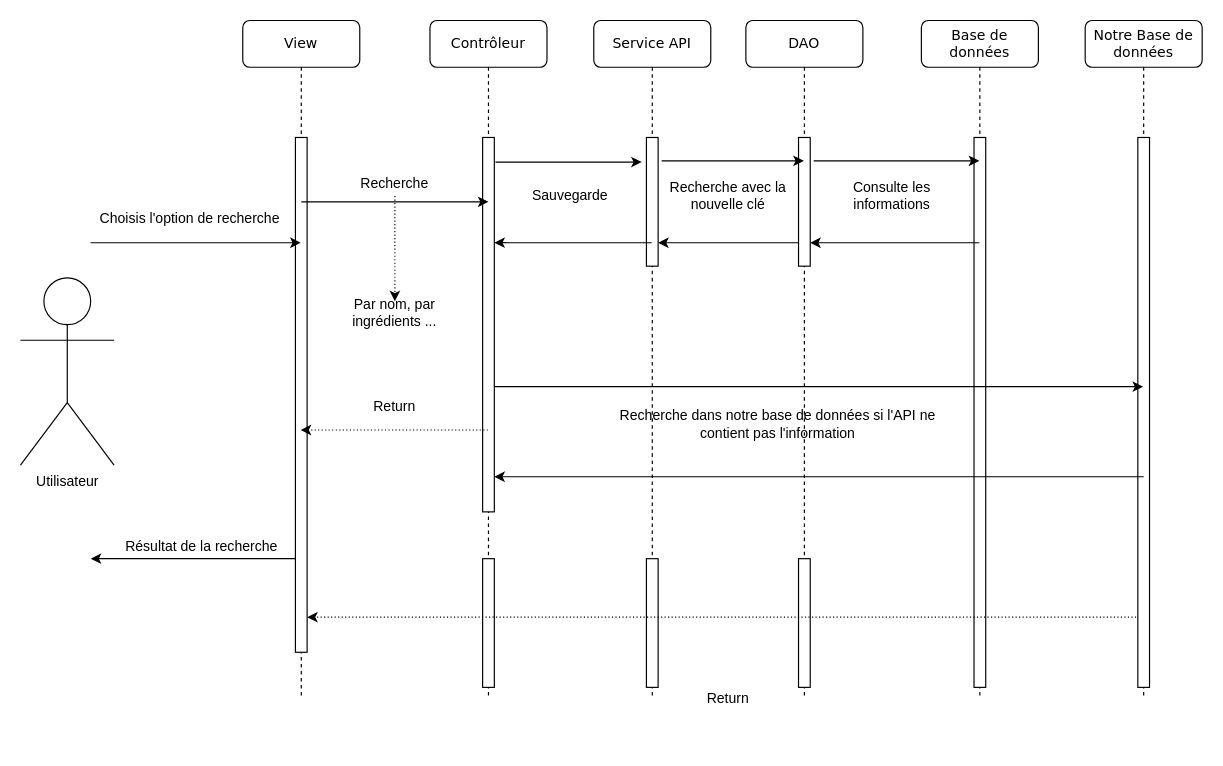
Earlier version of the draw.io diagram Untitled Diagram.drawio (wahib299/ProjetInfo2A). Source tidied: cells renumbered, new cells numbered last; positions are measured from the earlier drawing's top-left corner, leaving out a move shared by most shapes. Both pictures are drawn from the tidied source at 117%, with x=0, y=0 at pixel (20, 20).
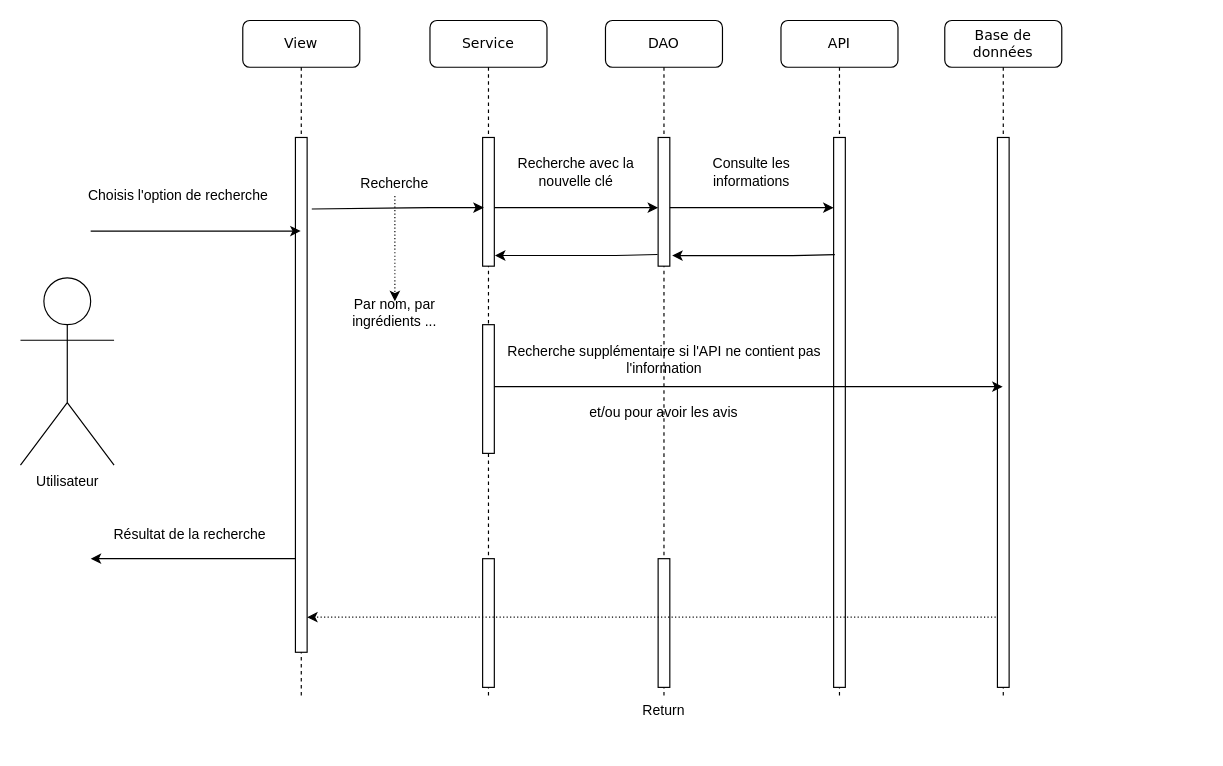
After the change.

The change refers to these unchanged cells:
```xml
<mxCell id="2" value="View" style="shape=umlLifeline;perimeter=lifelinePerimeter;whiteSpace=wrap;html=1;outlineConnect=0;rounded=1;shadow=0;comic=0;labelBackgroundColor=none;strokeWidth=1;fontFamily=Verdana;fontSize=12;align=center;" parent="1" vertex="1">
  <mxGeometry x="190" width="100" height="580" as="geometry" />
</mxCell>
<mxCell id="3" style="html=1;points=[];perimeter=orthogonalPerimeter;rounded=0;shadow=0;comic=0;labelBackgroundColor=none;strokeWidth=1;fontFamily=Verdana;fontSize=12;align=center;" parent="2" vertex="1">
  <mxGeometry x="45" y="100" width="10" height="440" as="geometry" />
</mxCell>
<mxCell id="8" style="html=1;points=[];perimeter=orthogonalPerimeter;rounded=0;shadow=0;comic=0;labelBackgroundColor=none;strokeWidth=1;fontFamily=Verdana;fontSize=12;align=center;" parent="7" vertex="1">
  <mxGeometry x="45" y="100" width="10" height="110" as="geometry" />
</mxCell>
<mxCell id="11" style="html=1;points=[];perimeter=orthogonalPerimeter;rounded=0;shadow=0;comic=0;labelBackgroundColor=none;strokeWidth=1;fontFamily=Verdana;fontSize=12;align=center;" parent="10" vertex="1">
  <mxGeometry x="45" y="100" width="10" height="110" as="geometry" />
</mxCell>
<mxCell id="15" style="html=1;points=[];perimeter=orthogonalPerimeter;rounded=0;shadow=0;comic=0;labelBackgroundColor=none;strokeWidth=1;fontFamily=Verdana;fontSize=12;align=center;" parent="14" vertex="1">
  <mxGeometry x="45" y="100" width="10" height="470" as="geometry" />
</mxCell>
```

What changed in the source:
```diff
@@
-    <mxCell id="4" value="Contrôleur" style="shape=umlLifeline;perimeter=lifelinePerimeter;whiteSpace=wrap;html=1;outlineConnect=0;rounded=1;shadow=0;comic=0;labelBackgroundColor=none;strokeWidth=1;fontFamily=Verdana;fontSize=12;align=center;" parent="1" vertex="1">
-      <mxGeometry x="350" width="100" height="580" as="geometry" />
-    </mxCell>
-    <mxCell id="5" style="html=1;points=[];perimeter=orthogonalPerimeter;rounded=0;shadow=0;comic=0;labelBackgroundColor=none;strokeWidth=1;fontFamily=Verdana;fontSize=12;align=center;" parent="4" vertex="1">
-      <mxGeometry x="45" y="100" width="10" height="320" as="geometry" />
-    </mxCell>
-    <mxCell id="6" style="html=1;perimeter=orthogonalPerimeter;rounded=0;shadow=0;comic=0;labelBackgroundColor=none;strokeWidth=1;fontFamily=Verdana;fontSize=12;align=center;" parent="4" vertex="1">
-      <mxGeometry x="45" y="460" width="10" height="110" as="geometry" />
-    </mxCell>
-    <mxCell id="7" value="Service API" style="shape=umlLifeline;perimeter=lifelinePerimeter;whiteSpace=wrap;html=1;outlineConnect=0;rounded=1;shadow=0;comic=0;labelBackgroundColor=none;strokeWidth=1;fontFamily=Verdana;fontSize=12;align=center;" parent="1" vertex="1">
-      <mxGeometry x="490" width="100" height="580" as="geometry" />
+    <mxCell id="7" value="Service" style="shape=umlLifeline;perimeter=lifelinePerimeter;whiteSpace=wrap;html=1;outlineConnect=0;rounded=1;shadow=0;comic=0;labelBackgroundColor=none;strokeWidth=1;fontFamily=Verdana;fontSize=12;align=center;" parent="1" vertex="1">
+      <mxGeometry x="350" width="100" height="580" as="geometry" />
     </mxCell>
@@
+    <mxCell id="42" style="html=1;perimeter=orthogonalPerimeter;rounded=0;shadow=0;comic=0;labelBackgroundColor=none;strokeWidth=1;fontFamily=Verdana;fontSize=12;align=center;" parent="7" vertex="1">
+      <mxGeometry x="45" y="260" width="10" height="110" as="geometry" />
+    </mxCell>
     <mxCell id="10" value="DAO" style="shape=umlLifeline;perimeter=lifelinePerimeter;whiteSpace=wrap;html=1;outlineConnect=0;rounded=1;shadow=0;comic=0;labelBackgroundColor=none;strokeWidth=1;fontFamily=Verdana;fontSize=12;align=center;" parent="1" vertex="1">
-      <mxGeometry x="620" width="100" height="580" as="geometry" />
+      <mxGeometry x="500" width="100" height="580" as="geometry" />
     </mxCell>
@@
-    <mxCell id="13" value="Recherche dans notre base de données si l'API ne contient pas l'information" style="text;html=1;strokeColor=none;fillColor=none;align=center;verticalAlign=middle;whiteSpace=wrap;rounded=0;" parent="10" vertex="1">
-      <mxGeometry x="-120" y="335" width="295" height="20" as="geometry" />
+    <mxCell id="13" value="Recherche supplémentaire si l'API ne contient pas l'information" style="text;html=1;strokeColor=none;fillColor=none;align=center;verticalAlign=middle;whiteSpace=wrap;rounded=0;" parent="10" vertex="1">
+      <mxGeometry x="-97.5" y="280" width="295" height="20" as="geometry" />
     </mxCell>
+    <mxCell id="43" value=" " style="text;html=1;strokeColor=none;fillColor=none;align=center;verticalAlign=middle;whiteSpace=wrap;rounded=0;" parent="10" vertex="1">
+      <mxGeometry x="20" y="335" width="40" height="20" as="geometry" />
+    </mxCell>
-    <mxCell id="14" value="Base de données" style="shape=umlLifeline;perimeter=lifelinePerimeter;whiteSpace=wrap;html=1;outlineConnect=0;rounded=1;shadow=0;comic=0;labelBackgroundColor=none;strokeWidth=1;fontFamily=Verdana;fontSize=12;align=center;" parent="1" vertex="1">
-      <mxGeometry x="770" width="100" height="580" as="geometry" />
+    <mxCell id="14" value="API" style="shape=umlLifeline;perimeter=lifelinePerimeter;whiteSpace=wrap;html=1;outlineConnect=0;rounded=1;shadow=0;comic=0;labelBackgroundColor=none;strokeWidth=1;fontFamily=Verdana;fontSize=12;align=center;" parent="1" vertex="1">
+      <mxGeometry x="650" width="100" height="580" as="geometry" />
     </mxCell>
@@
     <mxCell id="17" style="endArrow=classic;html=1;" parent="1" edge="1" target="2">
       <mxGeometry relative="1" as="geometry">
-        <mxPoint x="60" y="190" as="sourcePoint" />
+        <mxPoint x="60" y="180" as="sourcePoint" />
+        <Array as="points">
+          <mxPoint x="160" y="180" />
+        </Array>
       </mxGeometry>
     </mxCell>
     <mxCell id="18" value="Choisis l'option de recherche" style="text;html=1;strokeColor=none;fillColor=none;align=center;verticalAlign=middle;whiteSpace=wrap;rounded=0;" parent="1" vertex="1">
-      <mxGeometry x="60" y="150" width="170" height="40" as="geometry" />
+      <mxGeometry x="50" y="130" width="170" height="40" as="geometry" />
     </mxCell>
-    <mxCell id="19" style="endArrow=classic;html=1;" parent="1" edge="1">
-      <mxGeometry relative="1" as="geometry">
-        <mxPoint x="240" y="155" as="sourcePoint" />
-        <mxPoint x="400" y="155" as="targetPoint" />
-      </mxGeometry>
-    </mxCell>
-    <mxCell id="20" style="endArrow=classic;html=1;entryX=-0.4;entryY=0.191;entryDx=0;entryDy=0;entryPerimeter=0;" parent="1" edge="1" target="8">
-      <mxGeometry relative="1" as="geometry">
-        <mxPoint x="406" y="121" as="sourcePoint" />
-      </mxGeometry>
-    </mxCell>
-    <mxCell id="21" style="endArrow=classic;html=1;exitX=1.3;exitY=0.182;exitDx=0;exitDy=0;exitPerimeter=0;" parent="1" edge="1" source="8" target="10">
-      <mxGeometry relative="1" as="geometry">
-        <Array as="points">
-          <mxPoint x="620" y="120" />
-        </Array>
-      </mxGeometry>
-    </mxCell>
-    <mxCell id="22" style="endArrow=classic;html=1;exitX=1.3;exitY=0.182;exitDx=0;exitDy=0;exitPerimeter=0;" parent="1" edge="1" source="11" target="14">
-      <mxGeometry relative="1" as="geometry">
-        <Array as="points">
-          <mxPoint x="750" y="120" />
-          <mxPoint x="760" y="120" />
-        </Array>
-      </mxGeometry>
-    </mxCell>
@@
-    <mxCell id="26" value="Sauvegarde" style="text;html=1;strokeColor=none;fillColor=none;align=center;verticalAlign=middle;whiteSpace=wrap;rounded=0;" parent="1" vertex="1">
-      <mxGeometry x="450" y="140" width="40" height="20" as="geometry" />
-    </mxCell>
     <mxCell id="27" value="Recherche avec la nouvelle clé" style="text;html=1;strokeColor=none;fillColor=none;align=center;verticalAlign=middle;whiteSpace=wrap;rounded=0;spacing=2;" parent="1" vertex="1">
-      <mxGeometry x="550" y="140" width="110" height="20" as="geometry" />
+      <mxGeometry x="420" y="120" width="110" height="20" as="geometry" />
     </mxCell>
     <mxCell id="28" value="Consulte les informations" style="text;html=1;strokeColor=none;fillColor=none;align=center;verticalAlign=middle;whiteSpace=wrap;rounded=0;" parent="1" vertex="1">
-      <mxGeometry x="680" y="140" width="130" height="20" as="geometry" />
+      <mxGeometry x="560" y="120" width="130" height="20" as="geometry" />
     </mxCell>
@@
     <mxCell id="30" value="Résultat de la recherche" style="text;html=1;strokeColor=none;fillColor=none;align=center;verticalAlign=middle;whiteSpace=wrap;rounded=0;" parent="1" vertex="1">
-      <mxGeometry x="70" y="440" width="170" height="20" as="geometry" />
+      <mxGeometry x="60" y="430" width="170" height="20" as="geometry" />
     </mxCell>
@@
     <mxCell id="32" value="Return" style="text;html=1;strokeColor=none;fillColor=none;align=center;verticalAlign=middle;whiteSpace=wrap;rounded=0;" parent="1" vertex="1">
-      <mxGeometry x="495" y="550" width="220" height="60" as="geometry" />
+      <mxGeometry x="440" y="560" width="220" height="60" as="geometry" />
     </mxCell>
-    <mxCell id="33" value="Notre Base de données" style="shape=umlLifeline;perimeter=lifelinePerimeter;whiteSpace=wrap;html=1;outlineConnect=0;rounded=1;shadow=0;comic=0;labelBackgroundColor=none;strokeWidth=1;fontFamily=Verdana;fontSize=12;align=center;" parent="1" vertex="1">
-      <mxGeometry x="910" width="100" height="580" as="geometry" />
+    <mxCell id="33" value="Base de données" style="shape=umlLifeline;perimeter=lifelinePerimeter;whiteSpace=wrap;html=1;outlineConnect=0;rounded=1;shadow=0;comic=0;labelBackgroundColor=none;strokeWidth=1;fontFamily=Verdana;fontSize=12;align=center;" parent="1" vertex="1">
+      <mxGeometry x="790" width="100" height="580" as="geometry" />
     </mxCell>
@@
-    <mxCell id="36" style="endArrow=classic;html=1;" parent="1" edge="1">
-      <mxGeometry relative="1" as="geometry">
-        <mxPoint x="665" y="190" as="sourcePoint" />
-        <mxPoint x="545" y="190" as="targetPoint" />
-        <Array as="points">
-          <mxPoint x="607.5" y="190" />
-        </Array>
-      </mxGeometry>
-    </mxCell>
-    <mxCell id="37" style="endArrow=classic;html=1;" parent="1" edge="1" source="14" target="11">
-      <mxGeometry relative="1" as="geometry">
-        <Array as="points">
-          <mxPoint x="730" y="190" />
-        </Array>
-      </mxGeometry>
-    </mxCell>
-    <mxCell id="38" style="endArrow=classic;html=1;entryX=1;entryY=0.281;entryDx=0;entryDy=0;entryPerimeter=0;" parent="1" edge="1" source="7" target="5">
-      <mxGeometry relative="1" as="geometry">
-        <Array as="points">
-          <mxPoint x="433" y="190" />
-        </Array>
-      </mxGeometry>
-    </mxCell>
-    <mxCell id="39" style="endArrow=classic;html=1;dashed=1;dashPattern=1 2;" parent="1" edge="1" source="4" target="2">
-      <mxGeometry relative="1" as="geometry">
-        <Array as="points">
-          <mxPoint x="260" y="350" />
-        </Array>
-      </mxGeometry>
-    </mxCell>
-    <mxCell id="40" value="Return" style="text;html=1;strokeColor=none;fillColor=none;align=center;verticalAlign=middle;whiteSpace=wrap;rounded=0;" parent="1" vertex="1">
-      <mxGeometry x="210" y="300" width="220" height="60" as="geometry" />
-    </mxCell>
-    <mxCell id="41" style="endArrow=classic;html=1;" parent="1" edge="1" target="5">
-      <mxGeometry relative="1" as="geometry">
-        <mxPoint x="960" y="390" as="sourcePoint" />
-        <Array as="points">
-          <mxPoint x="940" y="390" />
-          <mxPoint x="820" y="390" />
-          <mxPoint x="770" y="390" />
-        </Array>
-      </mxGeometry>
-    </mxCell>
+    <mxCell id="44" style="endArrow=classic;html=1;" parent="1" edge="1">
+      <mxGeometry relative="1" as="geometry">
+        <mxPoint x="405" y="160" as="sourcePoint" />
+        <mxPoint x="545" y="160" as="targetPoint" />
+        <Array as="points">
+          <mxPoint x="495" y="160" />
+        </Array>
+      </mxGeometry>
+    </mxCell>
+    <mxCell id="45" style="endArrow=classic;html=1;" parent="1" edge="1">
+      <mxGeometry relative="1" as="geometry">
+        <mxPoint x="555" y="160" as="sourcePoint" />
+        <mxPoint x="695" y="160" as="targetPoint" />
+        <Array as="points">
+          <mxPoint x="645" y="160" />
+        </Array>
+      </mxGeometry>
+    </mxCell>
+    <mxCell id="46" style="endArrow=classic;html=1;entryX=0.1;entryY=0.545;entryDx=0;entryDy=0;entryPerimeter=0;exitX=1.4;exitY=0.139;exitDx=0;exitDy=0;exitPerimeter=0;" parent="1" edge="1" source="3" target="8">
+      <mxGeometry relative="1" as="geometry">
+        <Array as="points">
+          <mxPoint x="340" y="160" />
+        </Array>
+      </mxGeometry>
+    </mxCell>
+    <mxCell id="47" style="endArrow=classic;html=1;entryX=1.2;entryY=0.918;entryDx=0;entryDy=0;entryPerimeter=0;exitX=0.1;exitY=0.213;exitDx=0;exitDy=0;exitPerimeter=0;" parent="1" edge="1" source="15" target="11">
+      <mxGeometry relative="1" as="geometry">
+        <Array as="points">
+          <mxPoint x="660" y="201" />
+          <mxPoint x="640" y="201" />
+        </Array>
+      </mxGeometry>
+    </mxCell>
+    <mxCell id="48" style="endArrow=classic;html=1;entryX=1.2;entryY=0.918;entryDx=0;entryDy=0;entryPerimeter=0;exitX=0.1;exitY=0.213;exitDx=0;exitDy=0;exitPerimeter=0;" parent="1" edge="1">
+      <mxGeometry relative="1" as="geometry">
+        <mxPoint x="544.5" y="200" as="sourcePoint" />
+        <mxPoint x="405.5" y="200.9" as="targetPoint" />
+        <Array as="points">
+          <mxPoint x="508.5" y="200.9" />
+          <mxPoint x="488.5" y="200.9" />
+        </Array>
+      </mxGeometry>
+    </mxCell>
+    <mxCell id="49" value="et/ou pour avoir les avis" style="text;html=1;strokeColor=none;fillColor=none;align=center;verticalAlign=middle;whiteSpace=wrap;rounded=0;" parent="1" vertex="1">
+      <mxGeometry x="415" y="325" width="270" height="20" as="geometry" />
+    </mxCell>
```
